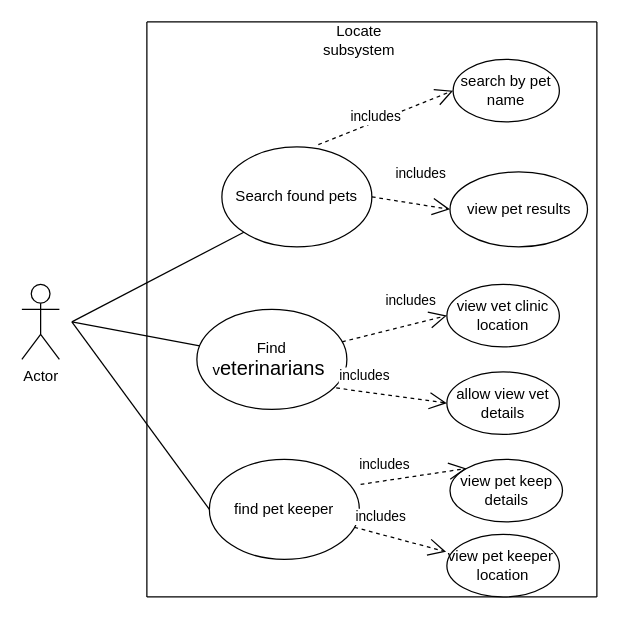
This is docs/use-case-diagrams/Location.drawio from COS301-SE-2024/TailWaggr, a draw.io file, before an edit. Source tidied: cells renumbered, new cells numbered last; positions are measured from the earlier drawing's top-left corner, leaving out a move shared by most shapes. Both pictures are drawn from the tidied source at 125%, with x=0, y=0 at pixel (21, 21).
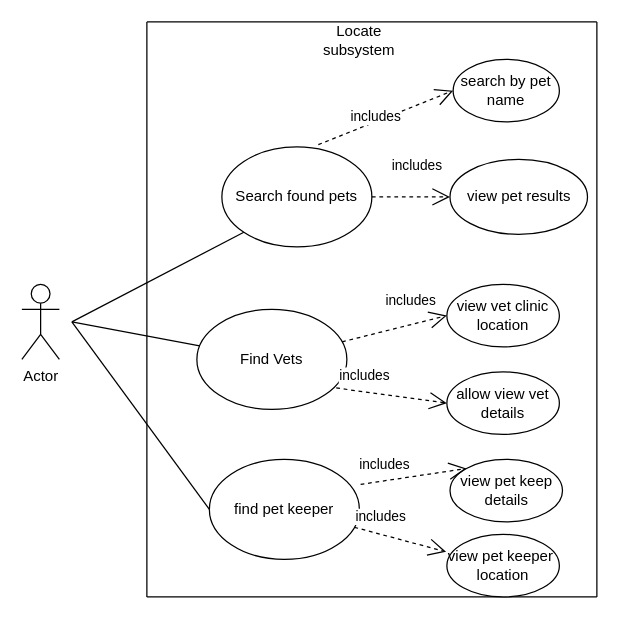
After the change.

Commit message:
update Location use case diagram file

What changed in the source:
```diff
@@
-    <mxCell id="3" value="Find v&lt;span style=&quot;font-size: 12pt; line-height: 115%; font-family: Aptos, sans-serif;&quot;&gt;eterinarians&amp;nbsp;&lt;/span&gt;" style="ellipse;whiteSpace=wrap;html=1;" parent="1" vertex="1">
+    <mxCell id="3" value="Find Vets" style="ellipse;whiteSpace=wrap;html=1;" parent="1" vertex="1">
       <mxGeometry x="140" y="230" width="120" height="80" as="geometry" />
     </mxCell>
@@
     <mxCell id="12" value="view pet results" style="ellipse;whiteSpace=wrap;html=1;" parent="1" vertex="1">
-      <mxGeometry x="342.5" y="120" width="110" height="60" as="geometry" />
+      <mxGeometry x="342.5" y="110" width="110" height="60" as="geometry" />
     </mxCell>
```
